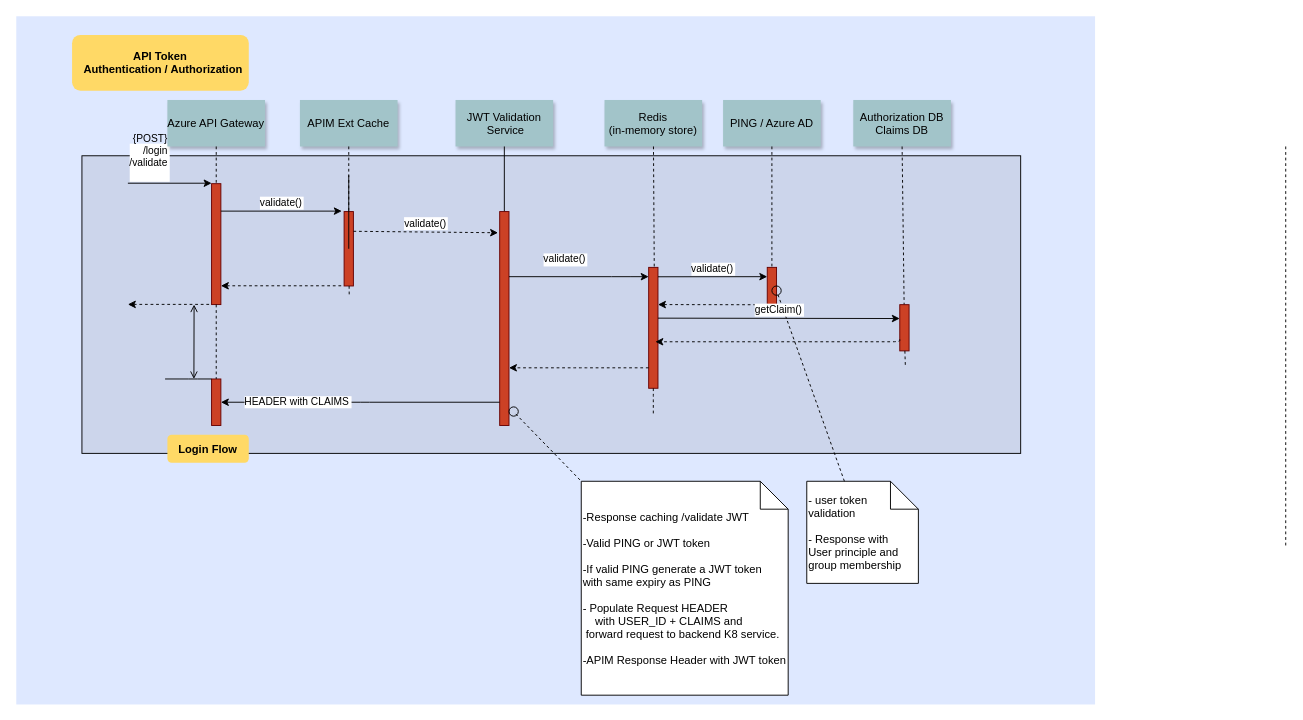
This is page "Login Flow with PING" (2 of 9) of Micro service Auth/Authorization.drawio from neio100/orange, a draw.io file, before an edit. Source tidied: cells renumbered, new cells numbered last; positions are measured from the earlier drawing's top-left corner, leaving out a move shared by most shapes. Both pictures are drawn from the tidied source at 93%, with x=0, y=0 at pixel (16, 16).
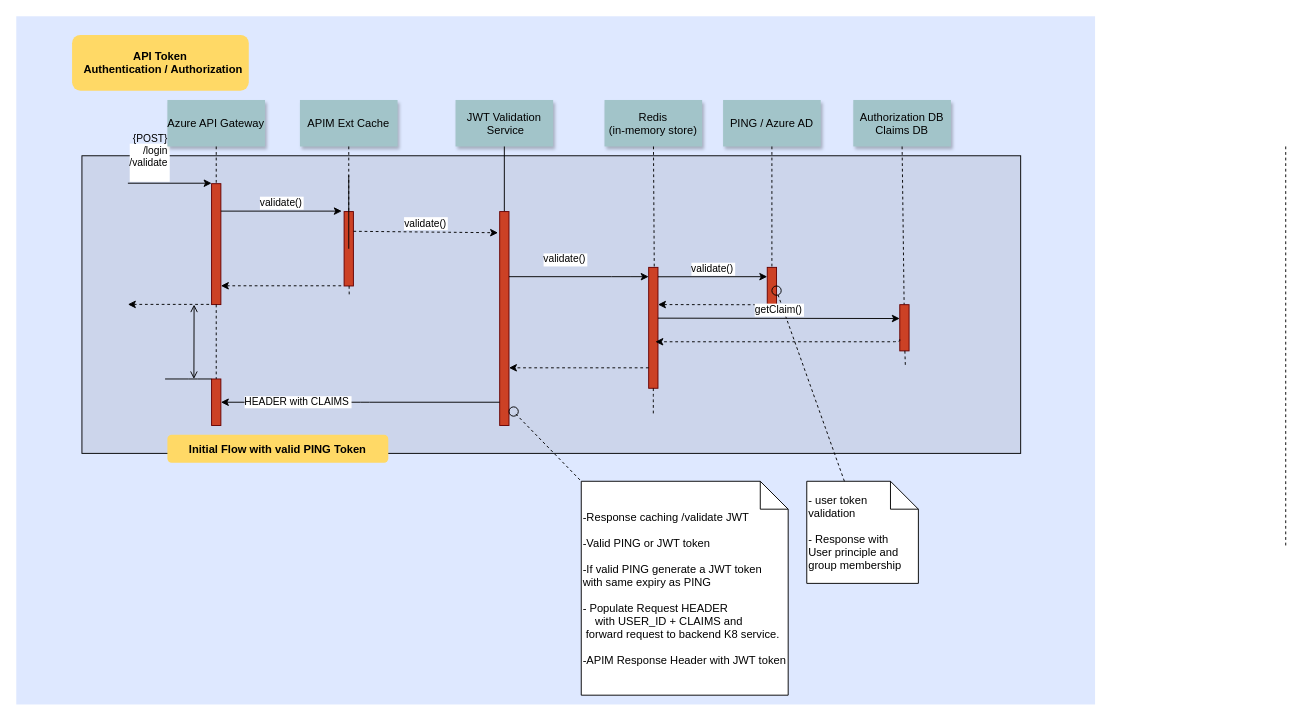
After the change.

The edit, as a diff of the source:
```diff
@@
-    <mxCell id="41" value="Login Flow" style="rounded=1;fontStyle=1;fillColor=#FFD966;strokeColor=none;" parent="1" vertex="1">
-      <mxGeometry x="162.5" y="450" width="87.5" height="30" as="geometry" />
+    <mxCell id="41" value="Initial Flow with valid PING Token" style="rounded=1;fontStyle=1;fillColor=#FFD966;strokeColor=none;" parent="1" vertex="1">
+      <mxGeometry x="162.5" y="450" width="237.5" height="30" as="geometry" />
     </mxCell>
```
